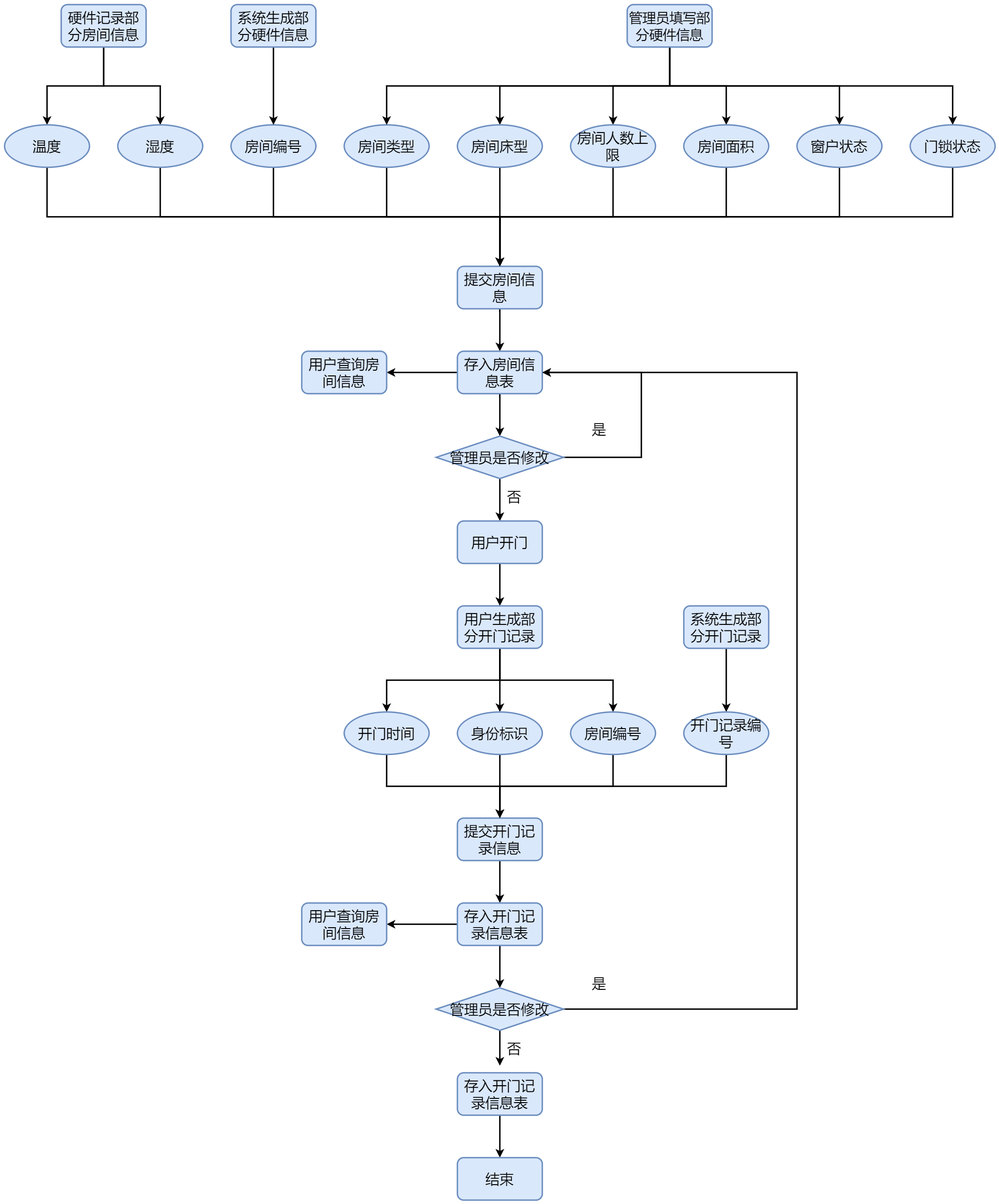
Above: docs/src/房间信息.png in AndSonder/smart-hotel-database (draw.io), before the change. Source tidied: cells renumbered, new cells last; positions are measured from the earlier drawing's top-left corner, leaving out a move shared by most shapes.
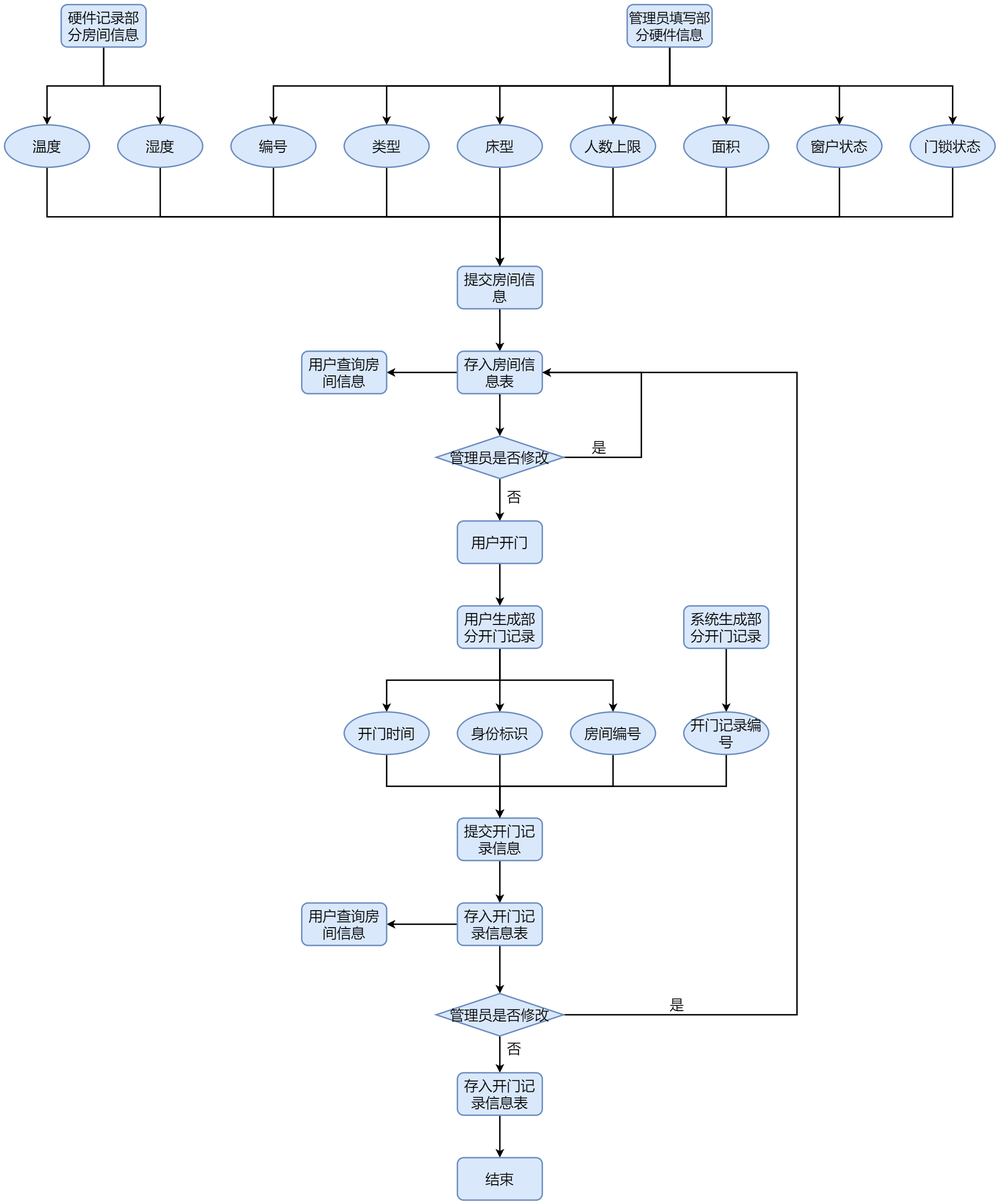
Later version of the same file.

What changed in the source:
```diff
@@ -26,13 +26,13 @@
     <mxCell id="9" style="edgeStyle=orthogonalEdgeStyle;rounded=0;jettySize=auto;html=1;exitX=0.5;exitY=1;exitDx=0;exitDy=0;entryX=0.5;entryY=0;entryDx=0;entryDy=0;strokeWidth=2;" parent="1" edge="1" source="10" target="14">
       <mxGeometry relative="1" as="geometry" />
     </mxCell>
-    <mxCell id="10" value="房间类型" style="ellipse;whiteSpace=wrap;html=1;fontSize=20;strokeWidth=2;fillColor=#dae8fc;strokeColor=#6c8ebf;" parent="1" vertex="1">
+    <mxCell id="10" value="类型" style="ellipse;whiteSpace=wrap;html=1;fontSize=20;strokeWidth=2;fillColor=#dae8fc;strokeColor=#6c8ebf;" parent="1" vertex="1">
       <mxGeometry x="480" y="170" width="120" height="60" as="geometry" />
     </mxCell>
     <mxCell id="11" style="edgeStyle=elbowEdgeStyle;rounded=0;jettySize=auto;elbow=vertical;html=1;exitX=0.5;exitY=1;exitDx=0;exitDy=0;entryX=0.5;entryY=0;entryDx=0;entryDy=0;strokeWidth=2;fontSize=20;" parent="1" edge="1" source="12" target="14">
       <mxGeometry relative="1" as="geometry" />
     </mxCell>
-    <mxCell id="12" value="房间编号" style="ellipse;whiteSpace=wrap;html=1;fontSize=20;strokeWidth=2;fillColor=#dae8fc;strokeColor=#6c8ebf;" parent="1" vertex="1">
+    <mxCell id="12" value="编号" style="ellipse;whiteSpace=wrap;html=1;fontSize=20;strokeWidth=2;fillColor=#dae8fc;strokeColor=#6c8ebf;" parent="1" vertex="1">
       <mxGeometry x="320" y="170" width="120" height="60" as="geometry" />
     </mxCell>
     <mxCell id="13" style="edgeStyle=elbowEdgeStyle;rounded=0;jettySize=auto;elbow=vertical;html=1;exitX=0.5;exitY=1;exitDx=0;exitDy=0;strokeWidth=2;fontSize=20;" parent="1" edge="1" source="14" target="17">
@@ -71,7 +71,7 @@
       <mxGeometry x="640" y="1150" width="120" height="60" as="geometry" />
     </mxCell>
     <mxCell id="23" value="是" style="text;html=1;align=center;verticalAlign=middle;strokeColor=none;strokeWidth=2;fontSize=20;" parent="1" vertex="1">
-      <mxGeometry x="820" y="585" width="40" height="30" as="geometry" />
+      <mxGeometry x="820" y="610" width="40" height="30" as="geometry" />
     </mxCell>
     <mxCell id="24" value="否" style="text;html=1;align=center;verticalAlign=middle;strokeColor=none;fontSize=20;strokeWidth=2;" parent="1" vertex="1">
       <mxGeometry x="700" y="680" width="40" height="30" as="geometry" />
@@ -94,34 +94,31 @@
     <mxCell id="30" style="edgeStyle=orthogonalEdgeStyle;rounded=0;jettySize=auto;html=1;exitX=0.5;exitY=1;exitDx=0;exitDy=0;entryX=0.5;entryY=0;entryDx=0;entryDy=0;strokeWidth=2;" parent="1" edge="1" source="31" target="10">
       <mxGeometry relative="1" as="geometry" />
     </mxCell>
+    <mxCell id="73" style="edgeStyle=orthogonalEdgeStyle;rounded=0;jettySize=auto;html=1;exitX=0.5;exitY=1;exitDx=0;exitDy=0;strokeWidth=2;" parent="1" edge="1" source="31" target="12">
+      <mxGeometry relative="1" as="geometry" />
+    </mxCell>
     <mxCell id="31" value="&lt;font style=&quot;font-size: 19px&quot;&gt;管理员填写部分硬件信息&lt;/font&gt;" style="rounded=1;whiteSpace=wrap;html=1;fillColor=#dae8fc;strokeColor=#6c8ebf;strokeWidth=2;fontSize=20;" parent="1" vertex="1">
       <mxGeometry x="880" width="120" height="60" as="geometry" />
     </mxCell>
-    <mxCell id="32" style="edgeStyle=orthogonalEdgeStyle;rounded=0;jettySize=auto;html=1;entryX=0.5;entryY=0;entryDx=0;entryDy=0;strokeWidth=2;" parent="1" edge="1" source="33" target="12">
-      <mxGeometry relative="1" as="geometry" />
-    </mxCell>
-    <mxCell id="33" value="系统生成部分硬件信息" style="rounded=1;whiteSpace=wrap;html=1;fillColor=#dae8fc;strokeColor=#6c8ebf;strokeWidth=2;fontSize=20;" parent="1" vertex="1">
-      <mxGeometry x="320" width="120" height="60" as="geometry" />
-    </mxCell>
     <mxCell id="34" value="用户查询房间信息" style="rounded=1;whiteSpace=wrap;html=1;fillColor=#dae8fc;strokeColor=#6c8ebf;strokeWidth=2;fontSize=20;" parent="1" vertex="1">
       <mxGeometry x="420" y="490" width="120" height="60" as="geometry" />
     </mxCell>
     <mxCell id="35" style="edgeStyle=orthogonalEdgeStyle;rounded=0;jettySize=auto;html=1;exitX=0.5;exitY=1;exitDx=0;exitDy=0;entryX=0.5;entryY=0;entryDx=0;entryDy=0;strokeWidth=2;" parent="1" edge="1" source="36" target="14">
       <mxGeometry relative="1" as="geometry" />
     </mxCell>
-    <mxCell id="36" value="房间床型" style="ellipse;whiteSpace=wrap;html=1;fontSize=20;strokeWidth=2;fillColor=#dae8fc;strokeColor=#6c8ebf;" parent="1" vertex="1">
+    <mxCell id="36" value="床型" style="ellipse;whiteSpace=wrap;html=1;fontSize=20;strokeWidth=2;fillColor=#dae8fc;strokeColor=#6c8ebf;" parent="1" vertex="1">
       <mxGeometry x="640" y="170" width="120" height="60" as="geometry" />
     </mxCell>
     <mxCell id="37" style="edgeStyle=orthogonalEdgeStyle;rounded=0;jettySize=auto;html=1;exitX=0.5;exitY=1;exitDx=0;exitDy=0;entryX=0.5;entryY=0;entryDx=0;entryDy=0;strokeWidth=2;" parent="1" edge="1" source="38" target="14">
       <mxGeometry relative="1" as="geometry" />
     </mxCell>
-    <mxCell id="38" value="房间人数上限&lt;span style=&quot;color: rgba(0 , 0 , 0 , 0) ; font-family: monospace ; font-size: 0px&quot;&gt;%3CmxGraphModel%3E%3Croot%3E%3CmxCell%20id%3D%220%22%2F%3E%3CmxCell%20id%3D%221%22%20parent%3D%220%22%2F%3E%3CmxCell%20id%3D%222%22%20value%3D%22%E6%88%BF%E9%97%B4%E5%BA%8A%E5%9E%8B%22%20style%3D%22ellipse%3BwhiteSpace%3Dwrap%3Bhtml%3D1%3BfontSize%3D20%3BstrokeWidth%3D2%3BfillColor%3D%23dae8fc%3BstrokeColor%3D%236c8ebf%3B%22%20vertex%3D%221%22%20parent%3D%221%22%3E%3CmxGeometry%20x%3D%221060%22%20y%3D%22300%22%20width%3D%22120%22%20height%3D%2260%22%20as%3D%22geometry%22%2F%3E%3C%2FmxCell%3E%3C%2Froot%3E%3C%2FmxGraphModel%3E&lt;/span&gt;" style="ellipse;whiteSpace=wrap;html=1;fontSize=20;strokeWidth=2;fillColor=#dae8fc;strokeColor=#6c8ebf;" parent="1" vertex="1">
+    <mxCell id="38" value="人数上限&lt;span style=&quot;color: rgba(0 , 0 , 0 , 0) ; font-family: monospace ; font-size: 0px&quot;&gt;%3CmxGraphModel%3E%3Croot%3E%3CmxCell%20id%3D%220%22%2F%3E%3CmxCell%20id%3D%221%22%20parent%3D%220%22%2F%3E%3CmxCell%20id%3D%222%22%20value%3D%22%E6%88%BF%E9%97%B4%E5%BA%8A%E5%9E%8B%22%20style%3D%22ellipse%3BwhiteSpace%3Dwrap%3Bhtml%3D1%3BfontSize%3D20%3BstrokeWidth%3D2%3BfillColor%3D%23dae8fc%3BstrokeColor%3D%236c8ebf%3B%22%20vertex%3D%221%22%20parent%3D%221%22%3E%3CmxGeometry%20x%3D%221060%22%20y%3D%22300%22%20width%3D%22120%22%20height%3D%2260%22%20as%3D%22geometry%22%2F%3E%3C%2FmxCell%3E%3C%2Froot%3E%3C%2FmxGraphModel%3E&lt;/span&gt;" style="ellipse;whiteSpace=wrap;html=1;fontSize=20;strokeWidth=2;fillColor=#dae8fc;strokeColor=#6c8ebf;" parent="1" vertex="1">
       <mxGeometry x="800" y="170" width="120" height="60" as="geometry" />
     </mxCell>
     <mxCell id="39" style="edgeStyle=orthogonalEdgeStyle;rounded=0;jettySize=auto;html=1;exitX=0.5;exitY=1;exitDx=0;exitDy=0;entryX=0.5;entryY=0;entryDx=0;entryDy=0;strokeWidth=2;" parent="1" edge="1" source="40" target="14">
       <mxGeometry relative="1" as="geometry" />
     </mxCell>
-    <mxCell id="40" value="房间面积" style="ellipse;whiteSpace=wrap;html=1;fontSize=20;strokeWidth=2;fillColor=#dae8fc;strokeColor=#6c8ebf;" parent="1" vertex="1">
+    <mxCell id="40" value="面积" style="ellipse;whiteSpace=wrap;html=1;fontSize=20;strokeWidth=2;fillColor=#dae8fc;strokeColor=#6c8ebf;" parent="1" vertex="1">
       <mxGeometry x="960" y="170" width="120" height="60" as="geometry" />
     </mxCell>
     <mxCell id="41" style="edgeStyle=orthogonalEdgeStyle;rounded=0;jettySize=auto;html=1;exitX=0.5;exitY=1;exitDx=0;exitDy=0;entryX=0.5;entryY=0;entryDx=0;entryDy=0;strokeWidth=2;" parent="1" edge="1" source="42" target="14">
@@ -199,21 +196,19 @@
     <mxCell id="65" style="edgeStyle=orthogonalEdgeStyle;rounded=0;jettySize=auto;html=1;strokeWidth=2;entryX=1;entryY=0.5;entryDx=0;entryDy=0;" parent="1" edge="1" source="67" target="17">
       <mxGeometry relative="1" as="geometry">
         <Array as="points">
-          <mxPoint x="1120" y="1420" />
+          <mxPoint x="1120" y="1428" />
           <mxPoint x="1120" y="520" />
         </Array>
       </mxGeometry>
     </mxCell>
-    <mxCell id="66" style="edgeStyle=orthogonalEdgeStyle;rounded=0;jettySize=auto;html=1;exitX=0.5;exitY=1;exitDx=0;exitDy=0;strokeWidth=2;" parent="1" edge="1" source="67">
-      <mxGeometry relative="1" as="geometry">
-        <mxPoint x="700" y="1500" as="targetPoint" />
-      </mxGeometry>
-    </mxCell>
+    <mxCell id="74" style="edgeStyle=elbowEdgeStyle;rounded=0;jettySize=auto;elbow=vertical;html=1;exitX=0.5;exitY=1;exitDx=0;exitDy=0;entryX=0.5;entryY=0;entryDx=0;entryDy=0;fontSize=20;strokeWidth=2;" parent="1" edge="1" source="67" target="71">
+      <mxGeometry relative="1" as="geometry" />
+    </mxCell>
     <mxCell id="67" value="管理员是否修改" style="rhombus;whiteSpace=wrap;html=1;fillColor=#dae8fc;strokeColor=#6c8ebf;strokeWidth=2;fontSize=20;" parent="1" vertex="1">
-      <mxGeometry x="610" y="1390" width="180" height="60" as="geometry" />
+      <mxGeometry x="610" y="1398" width="180" height="60" as="geometry" />
     </mxCell>
     <mxCell id="68" value="是" style="text;html=1;align=center;verticalAlign=middle;strokeColor=none;strokeWidth=2;fontSize=20;" parent="1" vertex="1">
-      <mxGeometry x="820" y="1368" width="40" height="30" as="geometry" />
+      <mxGeometry x="930" y="1398" width="40" height="30" as="geometry" />
     </mxCell>
     <mxCell id="69" value="否" style="text;html=1;align=center;verticalAlign=middle;strokeColor=none;fontSize=20;strokeWidth=2;" parent="1" vertex="1">
       <mxGeometry x="700" y="1460" width="40" height="30" as="geometry" />
```
